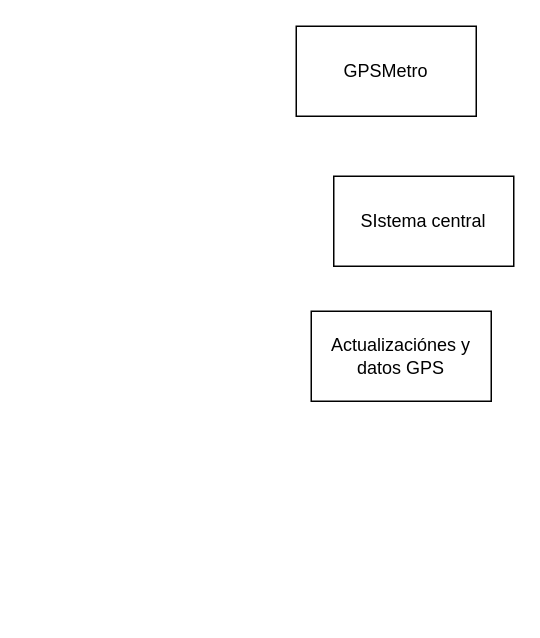
This is Diagrama GPSMetro.drawio from david-med/archivos, a draw.io file, before an edit. Source tidied: cells renumbered, new cells numbered last; positions are measured from the earlier drawing's top-left corner, leaving out a move shared by most shapes. Both pictures are drawn from the tidied source at 150%, with x=0, y=0 at pixel (296, 26).
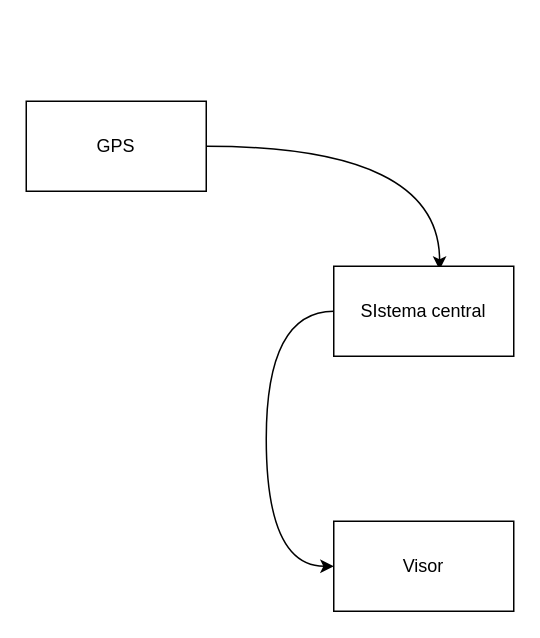
The same page after the edit.

The edit, as a diff of the source:
```diff
@@
 <mxGraphModel>
   <root>
     <mxCell id="0" />
     <mxCell id="1" parent="0" />
+    <mxCell id="5" style="edgeStyle=orthogonalEdgeStyle;jettySize=auto;html=1;entryX=0.588;entryY=0.04;entryDx=0;entryDy=0;entryPerimeter=0;curved=1;" parent="1" edge="1" source="2" target="4">
+      <mxGeometry relative="1" as="geometry" />
+    </mxCell>
+    <mxCell id="6" style="edgeStyle=orthogonalEdgeStyle;jettySize=auto;html=1;entryX=0;entryY=0.5;entryDx=0;entryDy=0;exitX=0;exitY=0.5;exitDx=0;exitDy=0;curved=1;startArrow=classic;startFill=1;endArrow=none;endFill=0;" parent="1" edge="1" source="3" target="4">
+      <mxGeometry relative="1" as="geometry">
+        <Array as="points">
+          <mxPoint x="-20" y="360" />
+          <mxPoint x="-20" y="190" />
+        </Array>
+      </mxGeometry>
+    </mxCell>
-    <mxCell id="2" value="GPSMetro" style="rounded=0;whiteSpace=wrap;html=1;" parent="1" vertex="1">
-      <mxGeometry width="120" height="60" as="geometry" />
+    <mxCell id="2" value="GPS" style="rounded=0;whiteSpace=wrap;html=1;" parent="1" vertex="1">
+      <mxGeometry x="-180" y="50" width="120" height="60" as="geometry" />
     </mxCell>
-    <mxCell id="3" value="Actualizaciónes y datos GPS" style="rounded=0;whiteSpace=wrap;html=1;" parent="1" vertex="1">
-      <mxGeometry x="10" y="190" width="120" height="60" as="geometry" />
+    <mxCell id="3" value="Visor" style="rounded=0;whiteSpace=wrap;html=1;" parent="1" vertex="1">
+      <mxGeometry x="25" y="330" width="120" height="60" as="geometry" />
     </mxCell>
     <mxCell id="4" value="SIstema central" style="rounded=0;whiteSpace=wrap;html=1;" parent="1" vertex="1">
-      <mxGeometry x="25" y="100" width="120" height="60" as="geometry" />
+      <mxGeometry x="25" y="160" width="120" height="60" as="geometry" />
     </mxCell>
   </root>
 </mxGraphModel>
```
